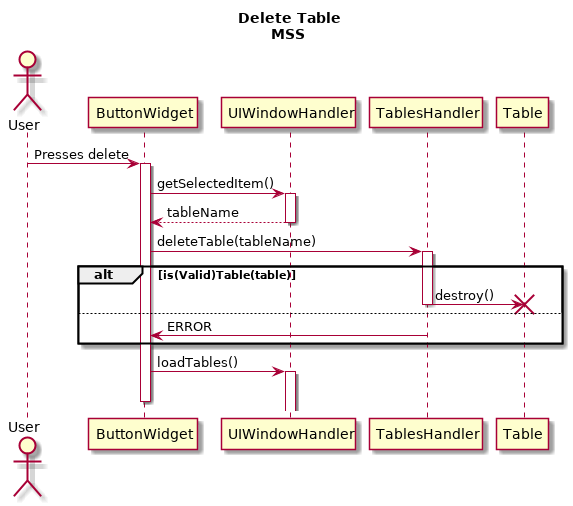
Earlier version of the PlantUML export diagrams/interactionDiagrams/deleteTable.png (Bhamoss/softwareOntwerpProject).
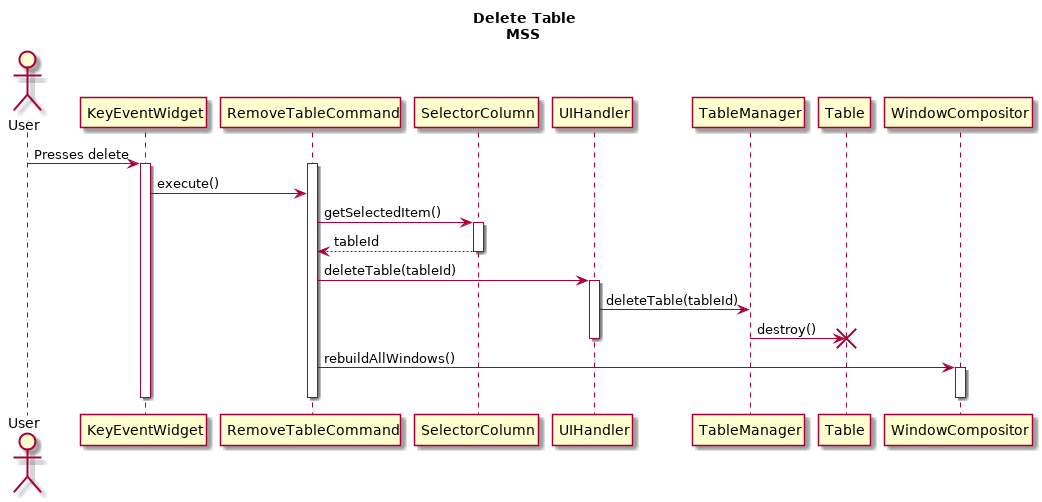
Above is the later version.

What changed in the source:
```diff
@@ -2,26 +2,27 @@
 title Delete Table\nMSS
 Actor User
 
-User->ButtonWidget: Presses delete
-activate ButtonWidget
-ButtonWidget ->UIWindowHandler: getSelectedItem()
-activate UIWindowHandler
-ButtonWidget <-- UIWindowHandler: tableName
-deactivate UIWindowHandler
+User->KeyEventWidget: Presses delete
+activate KeyEventWidget
+activate RemoveTableCommand
+KeyEventWidget -> RemoveTableCommand: execute()
+RemoveTableCommand ->SelectorColumn: getSelectedItem()
+activate SelectorColumn
+RemoveTableCommand <-- SelectorColumn: tableId
+deactivate SelectorColumn
+RemoveTableCommand -> UIHandler: deleteTable(tableId)
+activate UIHandler
+UIHandler -> TableManager: deleteTable(tableId)
+TableManager -> Table: destroy()
+destroy Table
 
-ButtonWidget -> TablesHandler: deleteTable(tableName)
-alt is(Valid)Table(table)
-activate TablesHandler
+deactivate UIHandler
+deactivate Table
 
-TablesHandler -> Table: destroy()
-destroy Table
-else
-deactivate TablesHandler
-TablesHandler-> ButtonWidget : ERROR
-end
-ButtonWidget -> UIWindowHandler: loadTables()
-
-activate UIWindowHandler
-deactivate ButtonWidget
+RemoveTableCommand -> WindowCompositor: rebuildAllWindows()
+activate WindowCompositor
+deactivate WindowCompositor
+deactivate KeyEventWidget
+deactivate RemoveTableCommand
 
 @enduml
```
